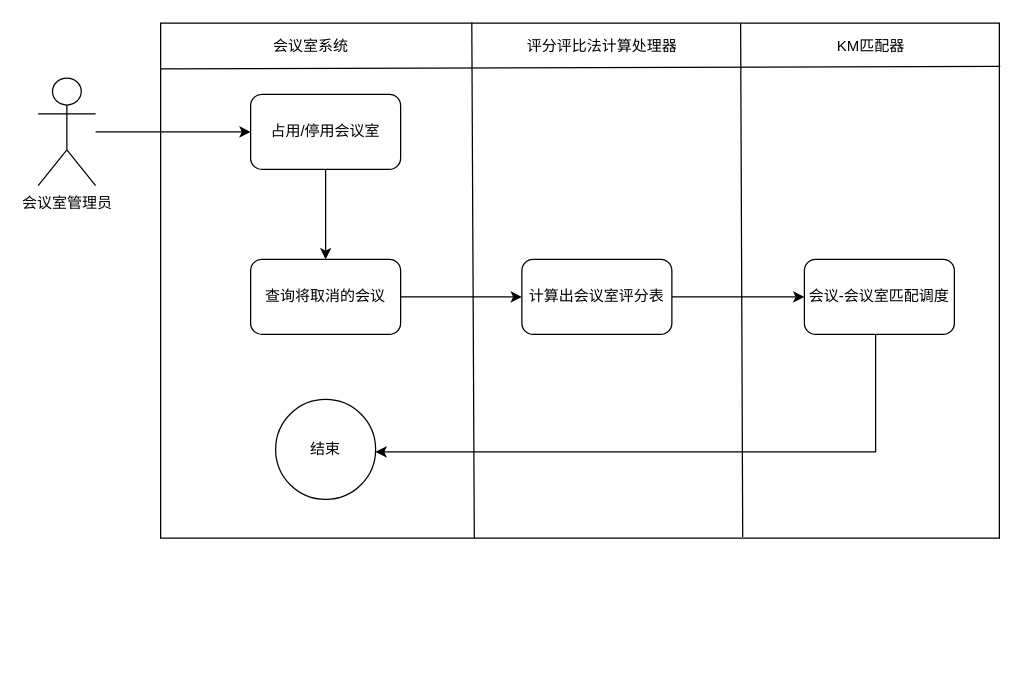
This is 专利11.drawio from laowang-cloud/diagrams, a draw.io file, before an edit. Source tidied: cells renumbered, new cells numbered last; positions are measured from the earlier drawing's top-left corner, leaving out a move shared by most shapes. Both pictures are drawn from the tidied source at 125%, with x=0, y=0 at pixel (38, 22).
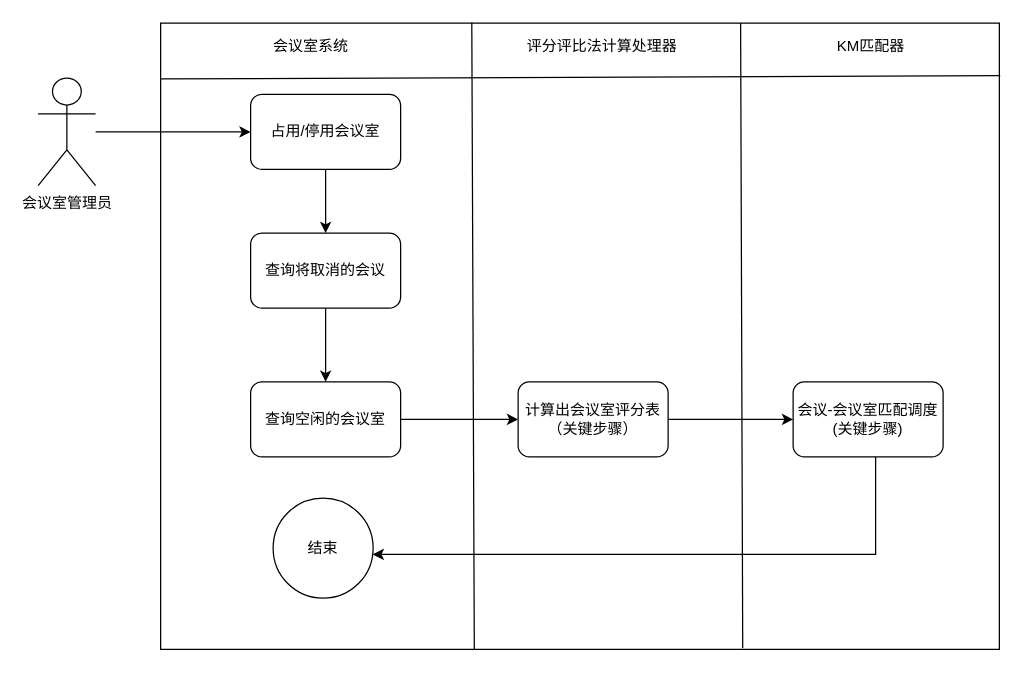
The same page after the edit.

The edit, as a diff of the source:
```diff
@@
     <mxCell id="2" style="rounded=0;whiteSpace=wrap;html=1;" parent="1" vertex="1">
-      <mxGeometry x="98" width="671" height="412" as="geometry" />
+      <mxGeometry x="98" width="671" height="501" as="geometry" />
     </mxCell>
@@
-    <mxCell id="5" style="edgeStyle=orthogonalEdgeStyle;rounded=0;jettySize=auto;html=1;entryX=0;entryY=0.5;entryDx=0;entryDy=0;" parent="1" edge="1" source="6" target="8">
-      <mxGeometry relative="1" as="geometry" />
-    </mxCell>
+    <mxCell id="20" style="edgeStyle=orthogonalEdgeStyle;rounded=0;jettySize=auto;html=1;" parent="1" edge="1" source="6" target="22">
+      <mxGeometry relative="1" as="geometry" />
+    </mxCell>
     <mxCell id="6" value="查询将取消的会议" style="rounded=1;whiteSpace=wrap;html=1;" parent="1" vertex="1">
-      <mxGeometry x="170" y="189" width="120" height="60" as="geometry" />
+      <mxGeometry x="170" y="168" width="120" height="60" as="geometry" />
     </mxCell>
@@
-    <mxCell id="8" value="计算出会议室评分表" style="rounded=1;whiteSpace=wrap;html=1;" parent="1" vertex="1">
-      <mxGeometry x="387" y="189" width="120" height="60" as="geometry" />
+    <mxCell id="8" value="计算出会议室评分表&lt;br&gt;（关键步骤）" style="rounded=1;whiteSpace=wrap;html=1;" parent="1" vertex="1">
+      <mxGeometry x="384" y="287" width="120" height="60" as="geometry" />
     </mxCell>
     <mxCell id="9" style="edgeStyle=orthogonalEdgeStyle;rounded=0;jettySize=auto;html=1;" parent="1" edge="1" source="10" target="11">
       <mxGeometry relative="1" as="geometry">
         <Array as="points">
-          <mxPoint x="670" y="343" />
+          <mxPoint x="670" y="425" />
         </Array>
       </mxGeometry>
     </mxCell>
-    <mxCell id="10" value="会议-会议室匹配调度" style="rounded=1;whiteSpace=wrap;html=1;" parent="1" vertex="1">
-      <mxGeometry x="613" y="189" width="120" height="60" as="geometry" />
+    <mxCell id="10" value="会议-会议室匹配调度&lt;br&gt;(关键步骤)" style="rounded=1;whiteSpace=wrap;html=1;" parent="1" vertex="1">
+      <mxGeometry x="604" y="287" width="120" height="60" as="geometry" />
     </mxCell>
     <mxCell id="11" value="结束" style="ellipse;whiteSpace=wrap;html=1;" parent="1" vertex="1">
-      <mxGeometry x="190" y="301" width="80" height="80" as="geometry" />
+      <mxGeometry x="188" y="380" width="80" height="80" as="geometry" />
     </mxCell>
@@
+    <mxCell id="21" style="edgeStyle=orthogonalEdgeStyle;rounded=0;jettySize=auto;html=1;" parent="1" edge="1" source="22" target="8">
+      <mxGeometry relative="1" as="geometry" />
+    </mxCell>
+    <mxCell id="22" value="查询空闲的会议室" style="rounded=1;whiteSpace=wrap;html=1;" parent="1" vertex="1">
+      <mxGeometry x="170" y="287" width="120" height="60" as="geometry" />
+    </mxCell>
```
